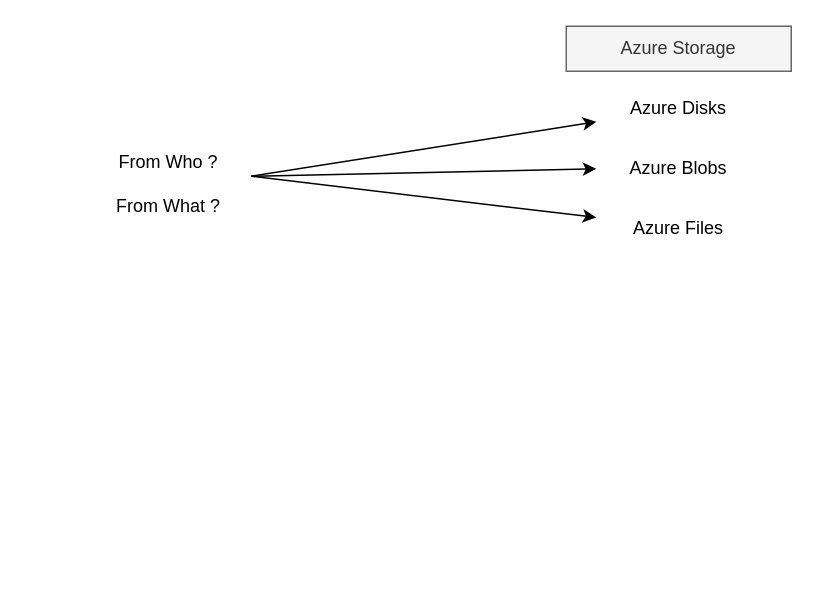
Earlier version of the draw.io diagram Azure/AccessFrom.drawio (developer-onizuka/Diagrams). Source tidied: cells renumbered, new cells numbered last; positions are measured from the earlier drawing's top-left corner, leaving out a move shared by most shapes. Both pictures are drawn from the tidied source at 150%, with x=0, y=0 at pixel (86, 26).
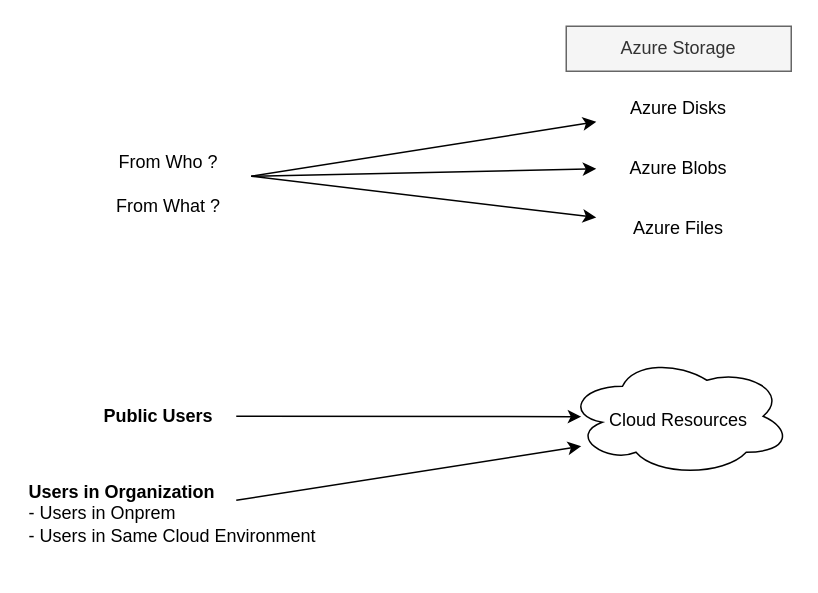
The same page after the edit.

The edit, as a diff of the source:
```diff
@@
 <mxGraphModel>
   <root>
     <mxCell id="0" />
     <mxCell id="1" parent="0" />
     <mxCell id="2" value="Azure Disks" style="text;html=1;strokeColor=none;fillColor=none;align=center;verticalAlign=middle;whiteSpace=wrap;rounded=0;" parent="1" vertex="1">
       <mxGeometry x="340" y="40" width="110" height="30" as="geometry" />
     </mxCell>
     <mxCell id="3" value="Azure Blobs" style="text;html=1;strokeColor=none;fillColor=none;align=center;verticalAlign=middle;whiteSpace=wrap;rounded=0;" parent="1" vertex="1">
       <mxGeometry x="340" y="80" width="110" height="30" as="geometry" />
     </mxCell>
     <mxCell id="4" value="Azure Files" style="text;html=1;strokeColor=none;fillColor=none;align=center;verticalAlign=middle;whiteSpace=wrap;rounded=0;" parent="1" vertex="1">
       <mxGeometry x="340" y="120" width="110" height="30" as="geometry" />
     </mxCell>
     <mxCell id="5" style="endArrow=classic;html=1;rounded=0;" parent="1" edge="1" target="2">
       <mxGeometry relative="1" as="geometry">
         <mxPoint x="110" y="100" as="sourcePoint" />
       </mxGeometry>
     </mxCell>
     <mxCell id="6" style="endArrow=classic;html=1;rounded=0;entryX=0;entryY=0.5;entryDx=0;entryDy=0;" parent="1" edge="1" target="3">
       <mxGeometry relative="1" as="geometry">
         <mxPoint x="110" y="100" as="sourcePoint" />
       </mxGeometry>
     </mxCell>
     <mxCell id="7" style="endArrow=classic;html=1;rounded=0;entryX=0;entryY=0.25;entryDx=0;entryDy=0;" parent="1" edge="1" target="4">
       <mxGeometry relative="1" as="geometry">
         <mxPoint x="110" y="100" as="sourcePoint" />
       </mxGeometry>
     </mxCell>
     <mxCell id="8" value="Azure Storage" style="text;html=1;strokeColor=#666666;fillColor=#f5f5f5;align=center;verticalAlign=middle;whiteSpace=wrap;rounded=0;fontColor=#333333;" parent="1" vertex="1">
       <mxGeometry x="320" width="150" height="30" as="geometry" />
     </mxCell>
     <mxCell id="9" value="From Who ?&lt;br&gt;&lt;br&gt;From What ?" style="text;html=1;strokeColor=none;fillColor=none;align=center;verticalAlign=middle;whiteSpace=wrap;rounded=0;" parent="1" vertex="1">
       <mxGeometry y="80" width="110" height="50" as="geometry" />
     </mxCell>
+    <mxCell id="10" style="ellipse;shape=cloud;whiteSpace=wrap;html=1;" parent="1" vertex="1">
+      <mxGeometry x="320" y="220" width="150" height="80" as="geometry" />
+    </mxCell>
+    <mxCell id="11" value="Cloud Resources" style="text;html=1;strokeColor=none;fillColor=none;align=center;verticalAlign=middle;whiteSpace=wrap;rounded=0;" parent="1" vertex="1">
+      <mxGeometry x="340" y="247.5" width="110" height="30" as="geometry" />
+    </mxCell>
+    <mxCell id="12" style="endArrow=classic;html=1;rounded=0;" parent="1" edge="1">
+      <mxGeometry relative="1" as="geometry">
+        <mxPoint x="100" y="260" as="sourcePoint" />
+        <mxPoint x="330" y="260.3" as="targetPoint" />
+      </mxGeometry>
+    </mxCell>
+    <mxCell id="13" style="endArrow=classic;html=1;rounded=0;" parent="1" edge="1">
+      <mxGeometry relative="1" as="geometry">
+        <mxPoint x="100" y="316" as="sourcePoint" />
+        <mxPoint x="330" y="280" as="targetPoint" />
+      </mxGeometry>
+    </mxCell>
+    <mxCell id="14" value="&lt;b&gt;Public Users&lt;/b&gt;" style="text;html=1;strokeColor=none;fillColor=none;align=left;verticalAlign=middle;whiteSpace=wrap;rounded=0;" parent="1" vertex="1">
+      <mxGeometry x="10" y="247.5" width="110" height="25" as="geometry" />
+    </mxCell>
+    <mxCell id="15" value="&lt;b&gt;Users in Organization&lt;br&gt;&lt;/b&gt;- Users in Onprem&lt;br&gt;- Users in Same Cloud Environment" style="text;html=1;strokeColor=none;fillColor=none;align=left;verticalAlign=middle;whiteSpace=wrap;rounded=0;" parent="1" vertex="1">
+      <mxGeometry x="-40" y="290" width="220" height="70" as="geometry" />
+    </mxCell>
   </root>
 </mxGraphModel>
```
